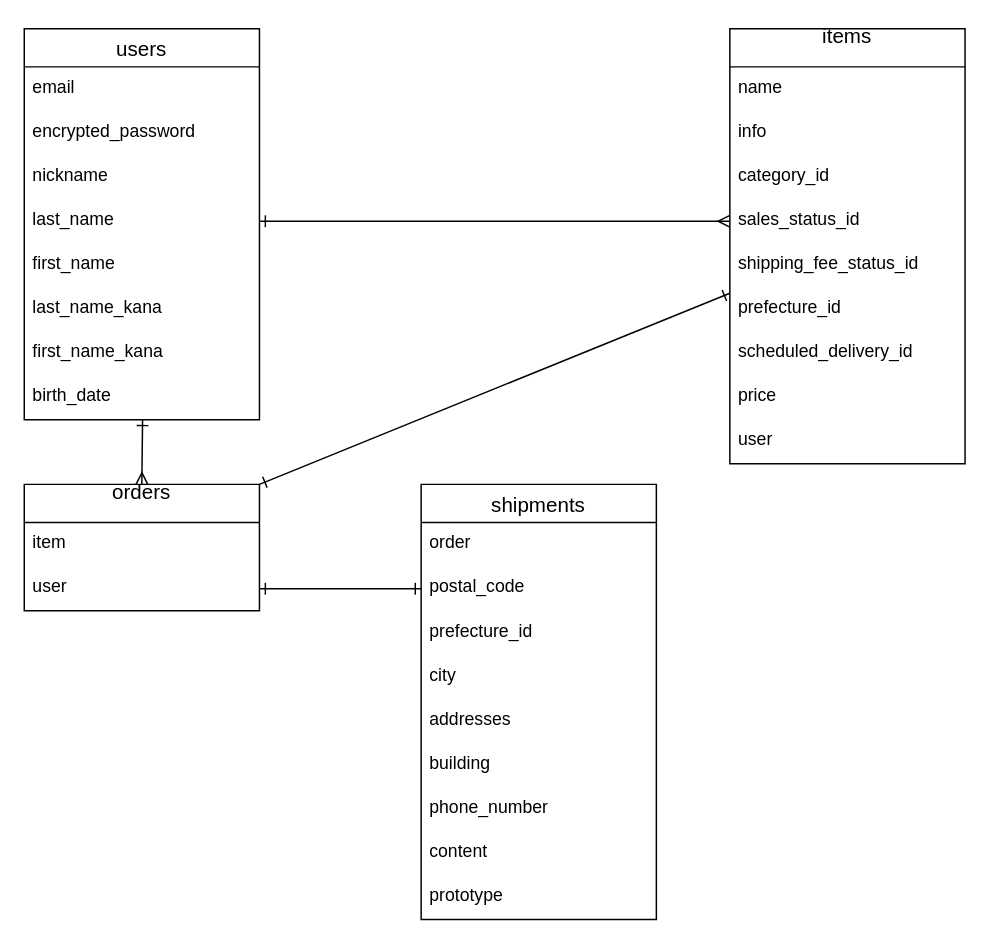
Before: furima.dio in massa1111/furima-39326, a draw.io diagram. Source tidied: cells renumbered, new cells numbered last; positions are measured from the earlier drawing's top-left corner, leaving out a move shared by most shapes. Both pictures are drawn from the tidied source at 147%, with x=0, y=0 at pixel (24, 28).
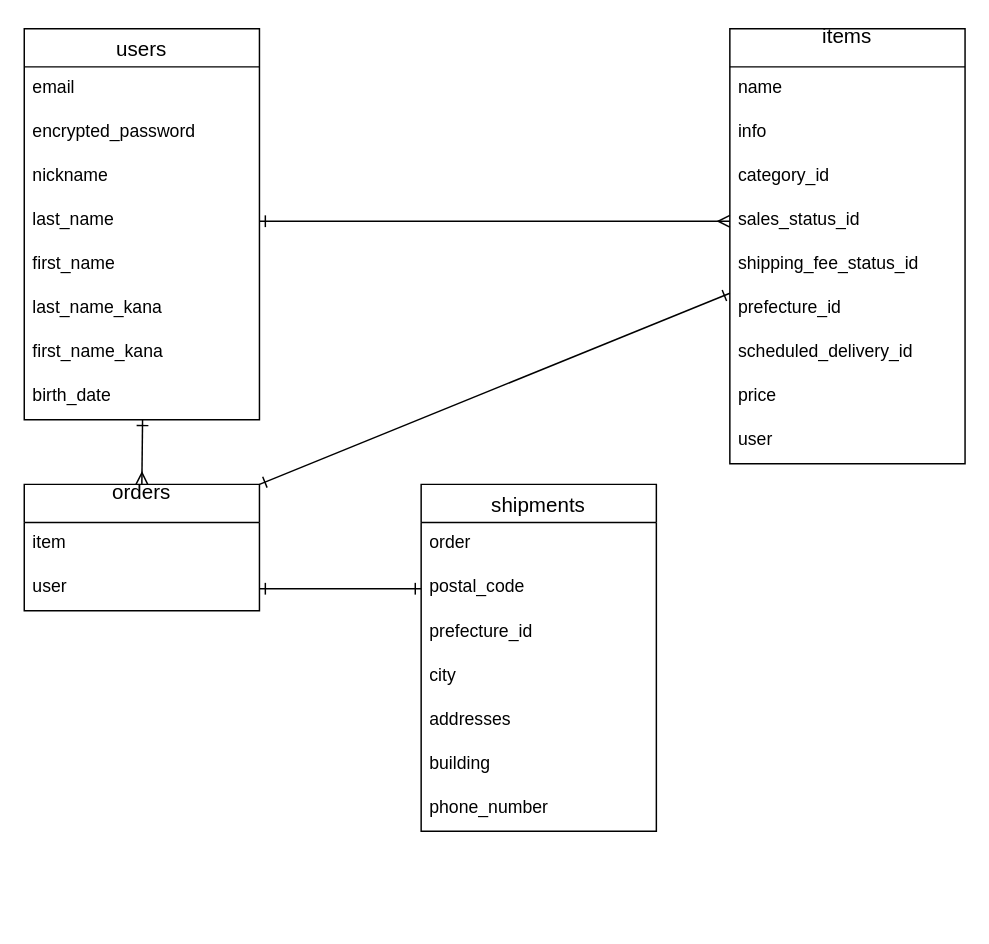
After the change.

Change to the diagram source:
```diff
@@
     <mxCell id="24" value="shipments" style="swimlane;fontStyle=0;horizontal=1;startSize=26;align=center;fontSize=14;" parent="1" vertex="1">
-      <mxGeometry x="270" y="310" width="160" height="296" as="geometry" />
+      <mxGeometry x="270" y="310" width="160" height="236" as="geometry" />
     </mxCell>
@@
-    <mxCell id="32" value="content " style="text;strokeColor=none;fillColor=none;spacingLeft=4;spacingRight=4;overflow=hidden;fontSize=12;" parent="24" vertex="1">
-      <mxGeometry y="236" width="160" height="30" as="geometry" />
-    </mxCell>
-    <mxCell id="33" value="prototype" style="text;strokeColor=none;fillColor=none;spacingLeft=4;spacingRight=4;overflow=hidden;fontSize=12;" parent="24" vertex="1">
-      <mxGeometry y="266" width="160" height="30" as="geometry" />
-    </mxCell>
```
